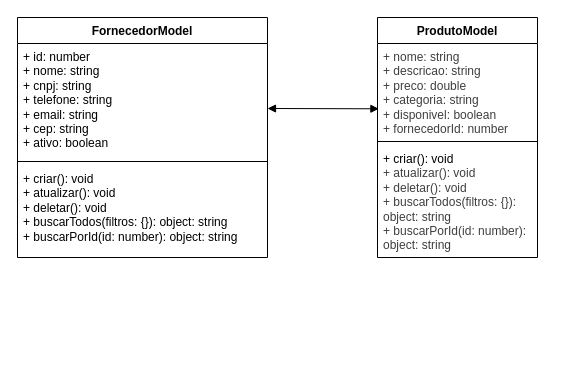
The draw.io diagram uml.drawio in Thales971/BackEnd-Final-Countdown, before the edit. Source tidied: cells renumbered, new cells numbered last; positions are measured from the earlier drawing's top-left corner, leaving out a move shared by most shapes. Both pictures are drawn from the tidied source at 100%, with x=0, y=0 at pixel (17, 17).
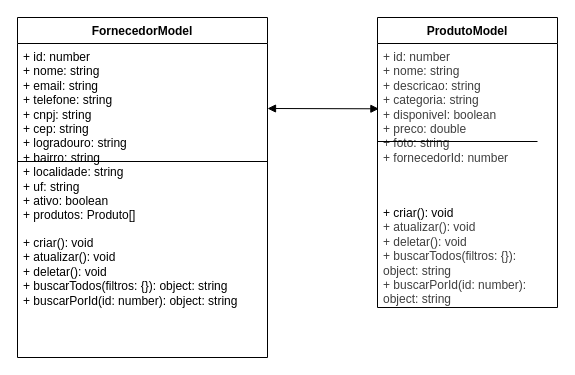
Above is the later version.

Commit message (it also covers changes not shown here):
feat: entregar a API da atividade com autenticação, upload de foto, relatórios PDF e documentação Swagger

The edit, as a diff of the source:
```diff
@@
 <mxGraphModel>
   <root>
     <mxCell id="0" />
     <mxCell id="1" parent="0" />
     <mxCell id="2" value="&lt;span style=&quot;color: rgb(0, 0, 0);&quot;&gt;FornecedorModel&lt;/span&gt;" style="swimlane;fontStyle=1;align=center;verticalAlign=top;horizontal=1;startSize=26;whiteSpace=wrap;html=1;" parent="1" vertex="1">
-      <mxGeometry width="250" height="240" as="geometry" />
+      <mxGeometry width="250" height="340" as="geometry" />
     </mxCell>
-    <mxCell id="3" value="+ id: number&lt;br style=&quot;color: rgb(63, 63, 63); scrollbar-color: rgb(226, 226, 226) rgb(251, 251, 251);&quot;&gt;&lt;span style=&quot;color: rgb(0, 0, 0);&quot;&gt;+ nome: string&lt;/span&gt;&lt;br style=&quot;color: rgb(63, 63, 63); scrollbar-color: rgb(226, 226, 226) rgb(251, 251, 251);&quot;&gt;&lt;span style=&quot;color: rgb(0, 0, 0);&quot;&gt;+ cnpj: string&lt;/span&gt;&lt;br style=&quot;color: rgb(63, 63, 63); scrollbar-color: rgb(226, 226, 226) rgb(251, 251, 251);&quot;&gt;&lt;span style=&quot;color: rgb(0, 0, 0);&quot;&gt;+ telefone: string&lt;/span&gt;&lt;br style=&quot;color: rgb(63, 63, 63); scrollbar-color: rgb(226, 226, 226) rgb(251, 251, 251);&quot;&gt;&lt;span style=&quot;color: rgb(0, 0, 0);&quot;&gt;+ email: string&lt;/span&gt;&lt;br style=&quot;color: rgb(63, 63, 63); scrollbar-color: rgb(226, 226, 226) rgb(251, 251, 251);&quot;&gt;&lt;span style=&quot;color: rgb(0, 0, 0);&quot;&gt;+ cep: string&lt;/span&gt;&lt;div&gt;&lt;span style=&quot;color: rgb(0, 0, 0);&quot;&gt;+ ativo: boolean&lt;/span&gt;&lt;/div&gt;" style="text;strokeColor=none;fillColor=none;align=left;verticalAlign=top;spacingLeft=4;spacingRight=4;overflow=hidden;whiteSpace=wrap;html=1;" parent="2" vertex="1">
-      <mxGeometry y="26" width="250" height="114" as="geometry" />
+    <mxCell id="3" value="+ id: number&lt;br style=&quot;color: rgb(63, 63, 63); scrollbar-color: rgb(226, 226, 226) rgb(251, 251, 251);&quot;&gt;&lt;span style=&quot;color: rgb(0, 0, 0);&quot;&gt;+ nome: string&lt;/span&gt;&lt;br style=&quot;color: rgb(63, 63, 63); scrollbar-color: rgb(226, 226, 226) rgb(251, 251, 251);&quot;&gt;&lt;span style=&quot;color: rgb(0, 0, 0);&quot;&gt;+ email: string&lt;/span&gt;&lt;br style=&quot;color: rgb(63, 63, 63); scrollbar-color: rgb(226, 226, 226) rgb(251, 251, 251);&quot;&gt;&lt;span style=&quot;color: rgb(0, 0, 0);&quot;&gt;+ telefone: string&lt;/span&gt;&lt;br style=&quot;color: rgb(63, 63, 63); scrollbar-color: rgb(226, 226, 226) rgb(251, 251, 251);&quot;&gt;&lt;span style=&quot;color: rgb(0, 0, 0);&quot;&gt;+ cnpj: string&lt;/span&gt;&lt;br style=&quot;color: rgb(63, 63, 63); scrollbar-color: rgb(226, 226, 226) rgb(251, 251, 251);&quot;&gt;&lt;span style=&quot;color: rgb(0, 0, 0);&quot;&gt;+ cep: string&lt;/span&gt;&lt;br style=&quot;color: rgb(63, 63, 63); scrollbar-color: rgb(226, 226, 226) rgb(251, 251, 251);&quot;&gt;&lt;span style=&quot;color: rgb(0, 0, 0);&quot;&gt;+ logradouro: string&lt;/span&gt;&lt;br style=&quot;color: rgb(63, 63, 63); scrollbar-color: rgb(226, 226, 226) rgb(251, 251, 251);&quot;&gt;&lt;span style=&quot;color: rgb(0, 0, 0);&quot;&gt;+ bairro: string&lt;/span&gt;&lt;br style=&quot;color: rgb(63, 63, 63); scrollbar-color: rgb(226, 226, 226) rgb(251, 251, 251);&quot;&gt;&lt;span style=&quot;color: rgb(0, 0, 0);&quot;&gt;+ localidade: string&lt;/span&gt;&lt;br style=&quot;color: rgb(63, 63, 63); scrollbar-color: rgb(226, 226, 226) rgb(251, 251, 251);&quot;&gt;&lt;span style=&quot;color: rgb(0, 0, 0);&quot;&gt;+ uf: string&lt;/span&gt;&lt;br style=&quot;color: rgb(63, 63, 63); scrollbar-color: rgb(226, 226, 226) rgb(251, 251, 251);&quot;&gt;&lt;span style=&quot;color: rgb(0, 0, 0);&quot;&gt;+ ativo: boolean&lt;/span&gt;&lt;br style=&quot;color: rgb(63, 63, 63); scrollbar-color: rgb(226, 226, 226) rgb(251, 251, 251);&quot;&gt;&lt;span style=&quot;color: rgb(0, 0, 0);&quot;&gt;+ produtos: Produto[]&lt;/span&gt;" style="text;strokeColor=none;fillColor=none;align=left;verticalAlign=top;spacingLeft=4;spacingRight=4;overflow=hidden;whiteSpace=wrap;html=1;" parent="2" vertex="1">
+      <mxGeometry y="26" width="250" height="186" as="geometry" />
     </mxCell>
     <mxCell id="4" style="line;strokeWidth=1;fillColor=none;align=left;verticalAlign=middle;spacingTop=-1;spacingLeft=3;spacingRight=3;labelPosition=right;strokeColor=inherit;" parent="2" vertex="1">
       <mxGeometry y="140" width="250" height="8" as="geometry" />
     </mxCell>
     <mxCell id="5" value="+ criar(): void&lt;div&gt;+ atualizar(): void&lt;br&gt;+ deletar(): void&lt;br&gt;+ buscarTodos(filtros: {}): object: string&lt;/div&gt;&lt;div&gt;+ buscarPorId(id: number): object: string&lt;/div&gt;" style="text;strokeColor=none;fillColor=none;align=left;verticalAlign=top;spacingLeft=4;spacingRight=4;overflow=hidden;whiteSpace=wrap;html=1;" parent="2" vertex="1">
-      <mxGeometry y="148" width="250" height="92" as="geometry" />
+      <mxGeometry y="212" width="250" height="110" as="geometry" />
     </mxCell>
     <mxCell id="6" value="&lt;span style=&quot;color: rgb(0, 0, 0);&quot;&gt;ProdutoModel&lt;/span&gt;" style="swimlane;fontStyle=1;align=center;verticalAlign=top;horizontal=1;startSize=26;whiteSpace=wrap;html=1;" parent="1" vertex="1">
-      <mxGeometry x="360" width="160" height="240" as="geometry" />
+      <mxGeometry x="360" width="180" height="290" as="geometry" />
     </mxCell>
-    <mxCell id="7" value="&lt;span style=&quot;color: rgb(63, 63, 63);&quot;&gt;+ nome: string&lt;/span&gt;&lt;br style=&quot;scrollbar-color: rgb(226, 226, 226) rgb(251, 251, 251); color: rgb(63, 63, 63);&quot;&gt;&lt;span style=&quot;color: rgb(63, 63, 63);&quot;&gt;+ descricao: string&lt;/span&gt;&lt;br style=&quot;scrollbar-color: rgb(226, 226, 226) rgb(251, 251, 251); color: rgb(63, 63, 63);&quot;&gt;&lt;span style=&quot;color: rgb(63, 63, 63);&quot;&gt;+ preco: double&lt;/span&gt;&lt;br style=&quot;scrollbar-color: rgb(226, 226, 226) rgb(251, 251, 251); color: rgb(63, 63, 63);&quot;&gt;&lt;span style=&quot;color: rgb(63, 63, 63);&quot;&gt;+ categoria: string&lt;/span&gt;&lt;div style=&quot;scrollbar-color: rgb(226, 226, 226) rgb(251, 251, 251); color: rgb(63, 63, 63);&quot;&gt;+ disponivel: boolean&lt;/div&gt;&lt;div style=&quot;scrollbar-color: rgb(226, 226, 226) rgb(251, 251, 251); color: rgb(63, 63, 63);&quot;&gt;+ fornecedorId: number&lt;/div&gt;" style="text;strokeColor=none;fillColor=none;align=left;verticalAlign=top;spacingLeft=4;spacingRight=4;overflow=hidden;whiteSpace=wrap;html=1;" parent="6" vertex="1">
-      <mxGeometry y="26" width="160" height="94" as="geometry" />
+    <mxCell id="7" value="&lt;span style=&quot;color: rgb(63, 63, 63);&quot;&gt;+ id: number&lt;/span&gt;&lt;br style=&quot;scrollbar-color: rgb(226, 226, 226) rgb(251, 251, 251); color: rgb(63, 63, 63);&quot;&gt;&lt;span style=&quot;color: rgb(63, 63, 63);&quot;&gt;+ nome: string&lt;/span&gt;&lt;br style=&quot;scrollbar-color: rgb(226, 226, 226) rgb(251, 251, 251); color: rgb(63, 63, 63);&quot;&gt;&lt;span style=&quot;color: rgb(63, 63, 63);&quot;&gt;+ descricao: string&lt;/span&gt;&lt;br style=&quot;scrollbar-color: rgb(226, 226, 226) rgb(251, 251, 251); color: rgb(63, 63, 63);&quot;&gt;&lt;span style=&quot;color: rgb(63, 63, 63);&quot;&gt;+ categoria: string&lt;/span&gt;&lt;br style=&quot;scrollbar-color: rgb(226, 226, 226) rgb(251, 251, 251); color: rgb(63, 63, 63);&quot;&gt;&lt;span style=&quot;color: rgb(63, 63, 63);&quot;&gt;+ disponivel: boolean&lt;/span&gt;&lt;br style=&quot;scrollbar-color: rgb(226, 226, 226) rgb(251, 251, 251); color: rgb(63, 63, 63);&quot;&gt;&lt;span style=&quot;color: rgb(63, 63, 63);&quot;&gt;+ preco: double&lt;/span&gt;&lt;br style=&quot;scrollbar-color: rgb(226, 226, 226) rgb(251, 251, 251); color: rgb(63, 63, 63);&quot;&gt;&lt;span style=&quot;color: rgb(63, 63, 63);&quot;&gt;+ foto: string&lt;/span&gt;&lt;br style=&quot;scrollbar-color: rgb(226, 226, 226) rgb(251, 251, 251); color: rgb(63, 63, 63);&quot;&gt;&lt;span style=&quot;color: rgb(63, 63, 63);&quot;&gt;+ fornecedorId: number&lt;/span&gt;" style="text;strokeColor=none;fillColor=none;align=left;verticalAlign=top;spacingLeft=4;spacingRight=4;overflow=hidden;whiteSpace=wrap;html=1;" parent="6" vertex="1">
+      <mxGeometry y="26" width="180" height="156" as="geometry" />
     </mxCell>
     <mxCell id="8" style="line;strokeWidth=1;fillColor=none;align=left;verticalAlign=middle;spacingTop=-1;spacingLeft=3;spacingRight=3;labelPosition=right;strokeColor=inherit;" parent="6" vertex="1">
       <mxGeometry y="120" width="160" height="8" as="geometry" />
     </mxCell>
     <mxCell id="9" value="&lt;span style=&quot;color: rgb(0, 0, 0);&quot;&gt;+ criar(): void&lt;/span&gt;&lt;div style=&quot;color: rgb(63, 63, 63); scrollbar-color: rgb(226, 226, 226) rgb(251, 251, 251);&quot;&gt;+ atualizar(): void&lt;br style=&quot;color: rgb(63, 63, 63); scrollbar-color: rgb(226, 226, 226) rgb(251, 251, 251);&quot;&gt;+ deletar(): void&lt;br style=&quot;color: rgb(63, 63, 63); scrollbar-color: rgb(226, 226, 226) rgb(251, 251, 251);&quot;&gt;+ buscarTodos(filtros: {}): object: string&lt;/div&gt;&lt;div style=&quot;color: rgb(63, 63, 63); scrollbar-color: rgb(226, 226, 226) rgb(251, 251, 251);&quot;&gt;+ buscarPorId(id: number): object: string&lt;/div&gt;" style="text;strokeColor=none;fillColor=none;align=left;verticalAlign=top;spacingLeft=4;spacingRight=4;overflow=hidden;whiteSpace=wrap;html=1;" parent="6" vertex="1">
-      <mxGeometry y="128" width="160" height="112" as="geometry" />
+      <mxGeometry y="182" width="180" height="114" as="geometry" />
     </mxCell>
     <mxCell id="10" style="endArrow=block;startArrow=block;endFill=1;startFill=1;html=1;entryX=0.021;entryY=0.695;entryDx=0;entryDy=0;entryPerimeter=0;" parent="1" edge="1">
       <mxGeometry relative="1" as="geometry">
         <mxPoint x="250" y="91" as="sourcePoint" />
         <mxPoint x="361.4" y="91.3" as="targetPoint" />
       </mxGeometry>
     </mxCell>
   </root>
 </mxGraphModel>
```
